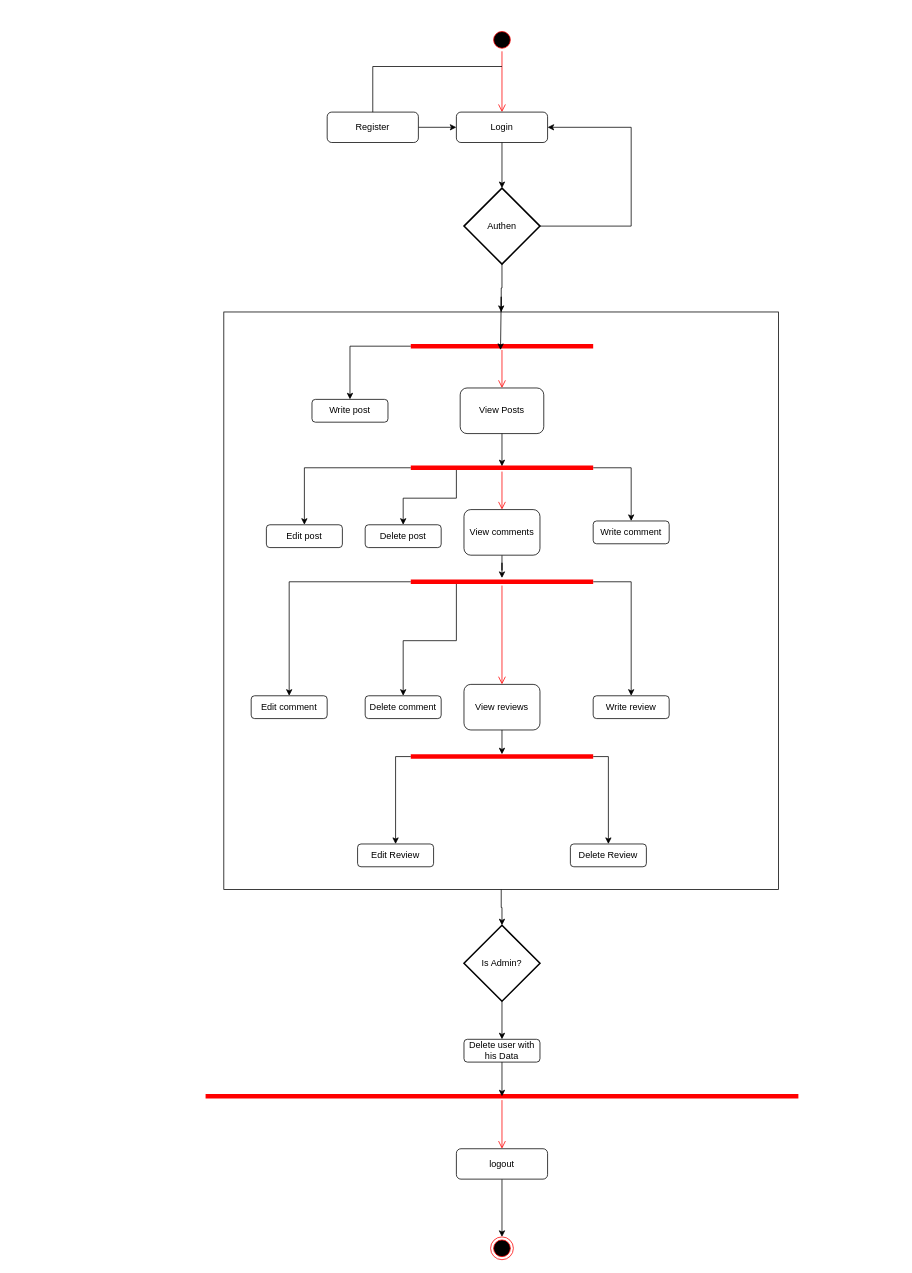
Before: Activity Diagram.drawio in HebaAli48/Node.jsSocialMediaProject, a draw.io diagram. Source tidied: cells renumbered, new cells numbered last; positions are measured from the earlier drawing's top-left corner, leaving out a move shared by most shapes. Both pictures are drawn from the tidied source at 76%, with x=0, y=0 at pixel (205, 28).
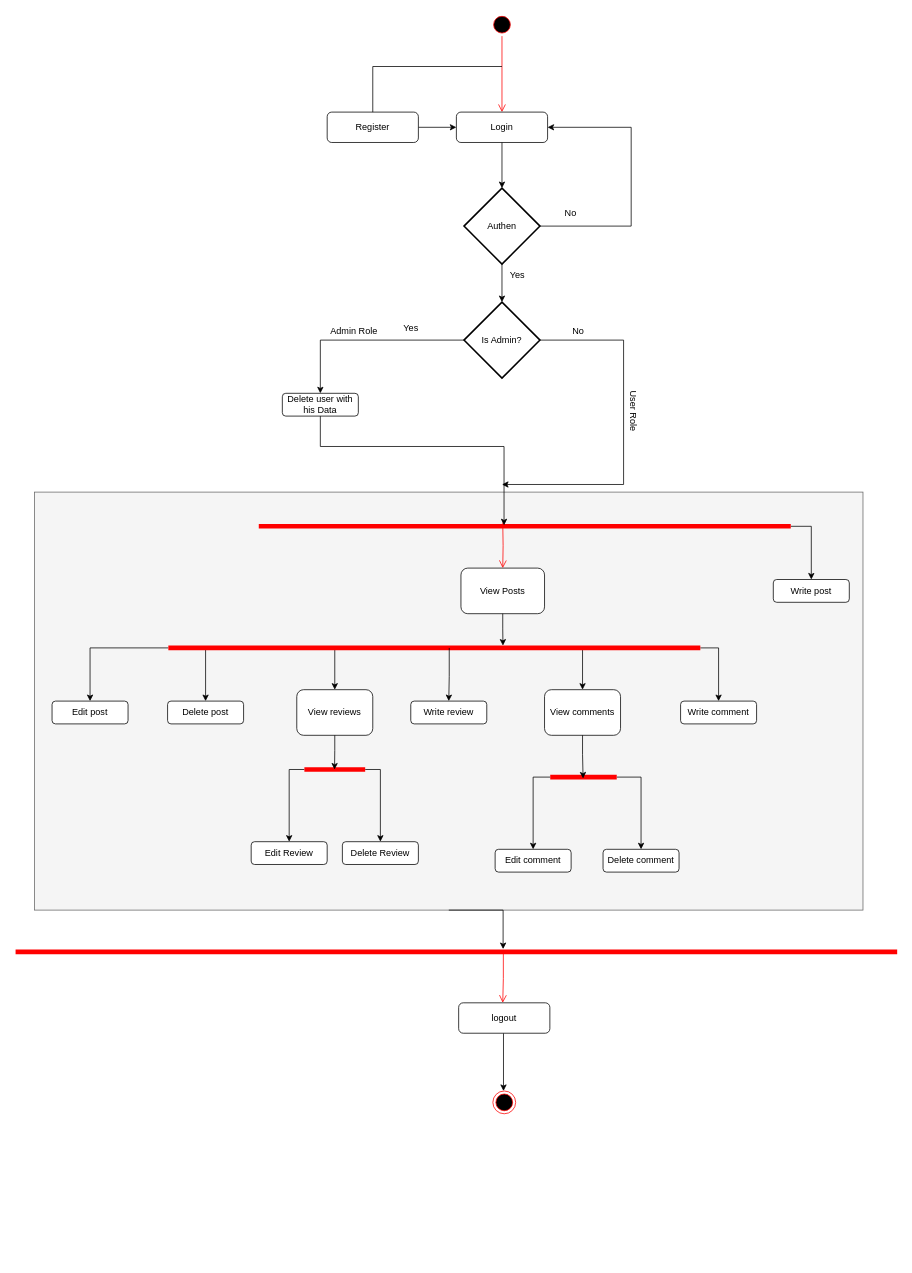
The same page after the edit.

Unchanged cells that the change refers to:
```xml
<mxCell id="11" value="Authen" style="strokeWidth=2;html=1;shape=mxgraph.flowchart.decision;whiteSpace=wrap;" parent="1" vertex="1">
  <mxGeometry x="340" y="210" width="100" height="100" as="geometry" />
</mxCell>
```

Diff of the diagram source:
```diff
@@
-    <mxCell id="2" style="edgeStyle=orthogonalEdgeStyle;rounded=0;jettySize=auto;html=1;exitX=0.5;exitY=1;exitDx=0;exitDy=0;" parent="1" edge="1" source="3" target="47">
-      <mxGeometry relative="1" as="geometry" />
-    </mxCell>
-    <mxCell id="3" style="rounded=0;whiteSpace=wrap;html=1;fillColor=none;" parent="1" vertex="1">
-      <mxGeometry x="24" y="373" width="730" height="760" as="geometry" />
-    </mxCell>
+    <mxCell id="55" style="rounded=0;whiteSpace=wrap;html=1;fillColor=#f5f5f5;fontColor=#333333;strokeColor=#666666;" parent="1" vertex="1">
+      <mxGeometry x="-225" y="610" width="1090" height="550" as="geometry" />
+    </mxCell>
     <mxCell id="4" style="ellipse;html=1;shape=startState;fillColor=#000000;strokeColor=#ff0000;" parent="1" vertex="1">
-      <mxGeometry x="375" width="30" height="30" as="geometry" />
+      <mxGeometry x="375" y="-20" width="30" height="30" as="geometry" />
     </mxCell>
@@
-    <mxCell id="10" style="edgeStyle=orthogonalEdgeStyle;rounded=0;jettySize=auto;html=1;exitX=0.5;exitY=1;exitDx=0;exitDy=0;exitPerimeter=0;entryX=0.5;entryY=0;entryDx=0;entryDy=0;" parent="1" edge="1" source="11" target="3">
-      <mxGeometry relative="1" as="geometry" />
-    </mxCell>
@@
-    <mxCell id="14" value="Write post" style="rounded=1;whiteSpace=wrap;html=1;" parent="1" vertex="1">
-      <mxGeometry x="140" y="488" width="100" height="30" as="geometry" />
-    </mxCell>
     <mxCell id="15" value="View Posts" style="rounded=1;whiteSpace=wrap;html=1;" parent="1" vertex="1">
-      <mxGeometry x="335" y="473" width="110" height="60" as="geometry" />
+      <mxGeometry x="336" y="710" width="110" height="60" as="geometry" />
     </mxCell>
-    <mxCell id="16" style="edgeStyle=orthogonalEdgeStyle;rounded=0;jettySize=auto;html=1;exitX=0.5;exitY=1;exitDx=0;exitDy=0;" parent="1" edge="1" source="17" target="39">
-      <mxGeometry relative="1" as="geometry" />
-    </mxCell>
     <mxCell id="17" value="View comments" style="rounded=1;whiteSpace=wrap;html=1;" parent="1" vertex="1">
-      <mxGeometry x="340" y="633" width="100" height="60" as="geometry" />
+      <mxGeometry x="446" y="870" width="100" height="60" as="geometry" />
     </mxCell>
     <mxCell id="18" value="Edit post" style="rounded=1;whiteSpace=wrap;html=1;" parent="1" vertex="1">
-      <mxGeometry x="80" y="653" width="100" height="30" as="geometry" />
+      <mxGeometry x="-202" y="885" width="100" height="30" as="geometry" />
     </mxCell>
     <mxCell id="19" value="Delete post" style="rounded=1;whiteSpace=wrap;html=1;" parent="1" vertex="1">
-      <mxGeometry x="210" y="653" width="100" height="30" as="geometry" />
+      <mxGeometry x="-50" y="885" width="100" height="30" as="geometry" />
     </mxCell>
     <mxCell id="20" value="Edit comment" style="rounded=1;whiteSpace=wrap;html=1;" parent="1" vertex="1">
-      <mxGeometry x="60" y="878" width="100" height="30" as="geometry" />
+      <mxGeometry x="381" y="1080" width="100" height="30" as="geometry" />
     </mxCell>
     <mxCell id="21" value="Delete comment" style="rounded=1;whiteSpace=wrap;html=1;" parent="1" vertex="1">
-      <mxGeometry x="210" y="878" width="100" height="30" as="geometry" />
+      <mxGeometry x="523" y="1080" width="100" height="30" as="geometry" />
     </mxCell>
-    <mxCell id="22" style="edgeStyle=orthogonalEdgeStyle;rounded=0;jettySize=auto;html=1;exitX=0;exitY=0.5;exitDx=0;exitDy=0;exitPerimeter=0;entryX=0.5;entryY=0;entryDx=0;entryDy=0;" parent="1" edge="1" source="23" target="14">
+    <mxCell id="22" style="edgeStyle=orthogonalEdgeStyle;rounded=0;jettySize=auto;html=1;exitX=1;exitY=0.5;exitDx=0;exitDy=0;exitPerimeter=0;entryX=0.5;entryY=0;entryDx=0;entryDy=0;" parent="1" edge="1" source="23" target="14">
       <mxGeometry relative="1" as="geometry" />
     </mxCell>
     <mxCell id="23" style="shape=line;html=1;strokeWidth=6;strokeColor=#ff0000;" parent="1" vertex="1">
-      <mxGeometry x="270" y="413" width="240" height="10" as="geometry" />
+      <mxGeometry x="70" y="650" width="700" height="10" as="geometry" />
     </mxCell>
-    <mxCell id="24" style="edgeStyle=orthogonalEdgeStyle;html=1;verticalAlign=bottom;endArrow=open;endSize=8;strokeColor=#ff0000;rounded=0;entryX=0.5;entryY=0;entryDx=0;entryDy=0;" parent="1" edge="1" source="23" target="15">
-      <mxGeometry relative="1" as="geometry" />
+    <mxCell id="24" style="edgeStyle=orthogonalEdgeStyle;html=1;verticalAlign=bottom;endArrow=open;endSize=8;strokeColor=#ff0000;rounded=0;entryX=0.5;entryY=0;entryDx=0;entryDy=0;" parent="1" edge="1" target="15">
+      <mxGeometry relative="1" as="geometry">
+        <mxPoint x="391" y="650" as="sourcePoint" />
+      </mxGeometry>
     </mxCell>
-    <mxCell id="25" value="View reviews" style="rounded=1;whiteSpace=wrap;html=1;" parent="1" vertex="1">
-      <mxGeometry x="340" y="863" width="100" height="60" as="geometry" />
-    </mxCell>
     <mxCell id="26" value="Write comment" style="rounded=1;whiteSpace=wrap;html=1;" parent="1" vertex="1">
-      <mxGeometry x="510" y="648" width="100" height="30" as="geometry" />
+      <mxGeometry x="625" y="885" width="100" height="30" as="geometry" />
     </mxCell>
     <mxCell id="27" value="Edit Review" style="rounded=1;whiteSpace=wrap;html=1;" parent="1" vertex="1">
-      <mxGeometry x="200" y="1073" width="100" height="30" as="geometry" />
+      <mxGeometry x="60" y="1070" width="100" height="30" as="geometry" />
     </mxCell>
     <mxCell id="28" value="Delete Review" style="rounded=1;whiteSpace=wrap;html=1;" parent="1" vertex="1">
-      <mxGeometry x="480" y="1073" width="100" height="30" as="geometry" />
+      <mxGeometry x="180" y="1070" width="100" height="30" as="geometry" />
     </mxCell>
     <mxCell id="29" value="Write review" style="rounded=1;whiteSpace=wrap;html=1;" parent="1" vertex="1">
-      <mxGeometry x="510" y="878" width="100" height="30" as="geometry" />
+      <mxGeometry x="270" y="885" width="100" height="30" as="geometry" />
     </mxCell>
     <mxCell id="30" style="edgeStyle=orthogonalEdgeStyle;rounded=0;jettySize=auto;html=1;exitX=0.25;exitY=0.5;exitDx=0;exitDy=0;exitPerimeter=0;entryX=0.5;entryY=0;entryDx=0;entryDy=0;" parent="1" edge="1" source="33" target="19">
-      <mxGeometry relative="1" as="geometry" />
+      <mxGeometry relative="1" as="geometry">
+        <Array as="points">
+          <mxPoint y="815" />
+        </Array>
+      </mxGeometry>
     </mxCell>
@@
+    <mxCell id="56" style="edgeStyle=orthogonalEdgeStyle;rounded=0;jettySize=auto;html=1;exitX=0.25;exitY=0.5;exitDx=0;exitDy=0;exitPerimeter=0;entryX=0.5;entryY=0;entryDx=0;entryDy=0;" parent="1" edge="1" source="33" target="25">
+      <mxGeometry relative="1" as="geometry">
+        <Array as="points">
+          <mxPoint x="170" y="815" />
+        </Array>
+      </mxGeometry>
+    </mxCell>
+    <mxCell id="34" style="edgeStyle=orthogonalEdgeStyle;rounded=0;jettySize=auto;html=1;exitX=0.75;exitY=0.5;exitDx=0;exitDy=0;exitPerimeter=0;entryX=0.5;entryY=0;entryDx=0;entryDy=0;" parent="1" edge="1" source="33" target="17">
+      <mxGeometry relative="1" as="geometry">
+        <Array as="points">
+          <mxPoint x="496" y="815" />
+        </Array>
+      </mxGeometry>
+    </mxCell>
     <mxCell id="33" style="shape=line;html=1;strokeWidth=6;strokeColor=#ff0000;" parent="1" vertex="1">
-      <mxGeometry x="270" y="573" width="240" height="10" as="geometry" />
+      <mxGeometry x="-49" y="810" width="700" height="10" as="geometry" />
     </mxCell>
-    <mxCell id="34" style="edgeStyle=orthogonalEdgeStyle;html=1;verticalAlign=bottom;endArrow=open;endSize=8;strokeColor=#ff0000;rounded=0;entryX=0.5;entryY=0;entryDx=0;entryDy=0;" parent="1" edge="1" source="33" target="17">
-      <mxGeometry relative="1" as="geometry" />
-    </mxCell>
-    <mxCell id="35" style="edgeStyle=orthogonalEdgeStyle;rounded=0;jettySize=auto;html=1;exitX=0.5;exitY=1;exitDx=0;exitDy=0;entryX=0.5;entryY=0.3;entryDx=0;entryDy=0;entryPerimeter=0;" parent="1" edge="1" source="15" target="33">
-      <mxGeometry relative="1" as="geometry" />
-    </mxCell>
+    <mxCell id="37" style="edgeStyle=orthogonalEdgeStyle;rounded=0;jettySize=auto;html=1;exitX=0;exitY=0.5;exitDx=0;exitDy=0;exitPerimeter=0;entryX=0.5;entryY=0;entryDx=0;entryDy=0;" parent="1" edge="1" source="39" target="20">
+      <mxGeometry relative="1" as="geometry" />
+    </mxCell>
-    <mxCell id="36" style="edgeStyle=orthogonalEdgeStyle;rounded=0;jettySize=auto;html=1;exitX=0.25;exitY=0.5;exitDx=0;exitDy=0;exitPerimeter=0;" parent="1" edge="1" source="39" target="21">
+    <mxCell id="36" style="edgeStyle=orthogonalEdgeStyle;rounded=0;jettySize=auto;html=1;exitX=1;exitY=0.5;exitDx=0;exitDy=0;exitPerimeter=0;entryX=0.5;entryY=0;entryDx=0;entryDy=0;" parent="1" edge="1" source="39" target="21">
       <mxGeometry relative="1" as="geometry" />
     </mxCell>
-    <mxCell id="37" style="edgeStyle=orthogonalEdgeStyle;rounded=0;jettySize=auto;html=1;exitX=0;exitY=0.5;exitDx=0;exitDy=0;exitPerimeter=0;entryX=0.5;entryY=0;entryDx=0;entryDy=0;" parent="1" edge="1" source="39" target="20">
-      <mxGeometry relative="1" as="geometry" />
-    </mxCell>
-    <mxCell id="38" style="edgeStyle=orthogonalEdgeStyle;rounded=0;jettySize=auto;html=1;exitX=1;exitY=0.5;exitDx=0;exitDy=0;exitPerimeter=0;entryX=0.5;entryY=0;entryDx=0;entryDy=0;" parent="1" edge="1" source="39" target="29">
-      <mxGeometry relative="1" as="geometry" />
-    </mxCell>
     <mxCell id="39" style="shape=line;html=1;strokeWidth=6;strokeColor=#ff0000;" parent="1" vertex="1">
-      <mxGeometry x="270" y="723" width="240" height="10" as="geometry" />
+      <mxGeometry x="453.5" y="980" width="87.5" height="10" as="geometry" />
     </mxCell>
-    <mxCell id="40" style="edgeStyle=orthogonalEdgeStyle;html=1;verticalAlign=bottom;endArrow=open;endSize=8;strokeColor=#ff0000;rounded=0;entryX=0.5;entryY=0;entryDx=0;entryDy=0;" parent="1" edge="1" source="39" target="25">
-      <mxGeometry relative="1" as="geometry" />
-    </mxCell>
@@
     <mxCell id="43" style="shape=line;html=1;strokeWidth=6;strokeColor=#ff0000;" parent="1" vertex="1">
-      <mxGeometry x="270" y="953" width="240" height="10" as="geometry" />
+      <mxGeometry x="130" y="970" width="80" height="10" as="geometry" />
     </mxCell>
-    <mxCell id="44" style="edgeStyle=orthogonalEdgeStyle;rounded=0;jettySize=auto;html=1;exitX=0.5;exitY=1;exitDx=0;exitDy=0;entryX=0.5;entryY=0.2;entryDx=0;entryDy=0;entryPerimeter=0;" parent="1" edge="1" source="25" target="43">
-      <mxGeometry relative="1" as="geometry" />
-    </mxCell>
-    <mxCell id="45" style="edgeStyle=orthogonalEdgeStyle;rounded=0;jettySize=auto;html=1;exitX=0.5;exitY=0;exitDx=0;exitDy=0;entryX=0.492;entryY=1;entryDx=0;entryDy=0;entryPerimeter=0;" parent="1" edge="1" source="3" target="23">
-      <mxGeometry relative="1" as="geometry" />
-    </mxCell>
+    <mxCell id="52" style="edgeStyle=orthogonalEdgeStyle;rounded=0;orthogonalLoop=1;jettySize=auto;html=1;exitX=0.5;exitY=1;exitDx=0;exitDy=0;entryX=0.5;entryY=0;entryDx=0;entryDy=0;" parent="1" edge="1">
+      <mxGeometry relative="1" as="geometry">
+        <mxPoint x="392" y="1322" as="sourcePoint" />
+        <mxPoint x="392" y="1398" as="targetPoint" />
+      </mxGeometry>
+    </mxCell>
+    <mxCell id="53" value="logout" style="rounded=1;whiteSpace=wrap;html=1;" parent="1" vertex="1">
+      <mxGeometry x="333" y="1282" width="120" height="40" as="geometry" />
+    </mxCell>
+    <mxCell id="54" style="ellipse;html=1;shape=endState;fillColor=#000000;strokeColor=#ff0000;" parent="1" vertex="1">
+      <mxGeometry x="378" y="1398" width="30" height="30" as="geometry" />
+    </mxCell>
-    <mxCell id="46" style="edgeStyle=orthogonalEdgeStyle;rounded=0;jettySize=auto;html=1;exitX=0.5;exitY=1;exitDx=0;exitDy=0;exitPerimeter=0;entryX=0.5;entryY=0;entryDx=0;entryDy=0;" parent="1" edge="1" source="47" target="48">
+    <mxCell id="46" style="edgeStyle=orthogonalEdgeStyle;rounded=0;jettySize=auto;html=1;exitX=0;exitY=0.5;exitDx=0;exitDy=0;exitPerimeter=0;entryX=0.5;entryY=0;entryDx=0;entryDy=0;" parent="1" edge="1" source="47" target="48">
       <mxGeometry relative="1" as="geometry" />
     </mxCell>
     <mxCell id="47" value="Is Admin?" style="strokeWidth=2;html=1;shape=mxgraph.flowchart.decision;whiteSpace=wrap;" parent="1" vertex="1">
-      <mxGeometry x="340" y="1180" width="100" height="100" as="geometry" />
+      <mxGeometry x="340" y="360" width="100" height="100" as="geometry" />
     </mxCell>
     <mxCell id="48" value="Delete user with his Data" style="rounded=1;whiteSpace=wrap;html=1;" parent="1" vertex="1">
-      <mxGeometry x="340" y="1330" width="100" height="30" as="geometry" />
+      <mxGeometry x="101" y="480" width="100" height="30" as="geometry" />
     </mxCell>
-    <mxCell id="49" style="shape=line;html=1;strokeWidth=6;strokeColor=#ff0000;" parent="1" vertex="1">
-      <mxGeometry y="1400" width="780" height="10" as="geometry" />
-    </mxCell>
-    <mxCell id="50" style="edgeStyle=orthogonalEdgeStyle;html=1;verticalAlign=bottom;endArrow=open;endSize=8;strokeColor=#ff0000;rounded=0;" parent="1" edge="1" source="49" target="53">
-      <mxGeometry relative="1" as="geometry" />
-    </mxCell>
-    <mxCell id="51" style="edgeStyle=orthogonalEdgeStyle;rounded=0;jettySize=auto;html=1;exitX=0.5;exitY=1;exitDx=0;exitDy=0;entryX=0.5;entryY=0.506;entryDx=0;entryDy=0;entryPerimeter=0;" parent="1" edge="1" source="48" target="49">
-      <mxGeometry relative="1" as="geometry" />
-    </mxCell>
-    <mxCell id="52" style="edgeStyle=orthogonalEdgeStyle;rounded=0;jettySize=auto;html=1;exitX=0.5;exitY=1;exitDx=0;exitDy=0;entryX=0.5;entryY=0;entryDx=0;entryDy=0;" parent="1" edge="1" source="53" target="54">
-      <mxGeometry relative="1" as="geometry" />
-    </mxCell>
-    <mxCell id="53" value="logout" style="rounded=1;whiteSpace=wrap;html=1;" parent="1" vertex="1">
-      <mxGeometry x="330" y="1474" width="120" height="40" as="geometry" />
-    </mxCell>
-    <mxCell id="54" style="ellipse;html=1;shape=endState;fillColor=#000000;strokeColor=#ff0000;" parent="1" vertex="1">
-      <mxGeometry x="375" y="1590" width="30" height="30" as="geometry" />
-    </mxCell>
+    <mxCell id="57" style="endArrow=classic;html=1;rounded=0;exitX=1;exitY=0.5;exitDx=0;exitDy=0;exitPerimeter=0;" parent="1" edge="1" source="47">
+      <mxGeometry relative="1" as="geometry">
+        <mxPoint x="390" y="600" as="targetPoint" />
+        <Array as="points">
+          <mxPoint x="550" y="410" />
+          <mxPoint x="550" y="600" />
+        </Array>
+      </mxGeometry>
+    </mxCell>
+    <mxCell id="58" style="edgeStyle=orthogonalEdgeStyle;rounded=0;jettySize=auto;html=1;exitX=0.5;exitY=1;exitDx=0;exitDy=0;exitPerimeter=0;entryX=0.5;entryY=0;entryDx=0;entryDy=0;entryPerimeter=0;" parent="1" edge="1" source="11" target="47">
+      <mxGeometry relative="1" as="geometry" />
+    </mxCell>
+    <mxCell id="59" value="Yes" style="text;html=1;align=center;verticalAlign=middle;strokeColor=none;fillColor=none;" parent="1" vertex="1">
+      <mxGeometry x="250" y="380" width="40" height="30" as="geometry" />
+    </mxCell>
+    <mxCell id="60" value="No" style="text;html=1;align=center;verticalAlign=middle;strokeColor=none;fillColor=none;" parent="1" vertex="1">
+      <mxGeometry x="470" y="384" width="40" height="30" as="geometry" />
+    </mxCell>
+    <mxCell id="61" value="No" style="text;html=1;align=center;verticalAlign=middle;strokeColor=none;fillColor=none;" parent="1" vertex="1">
+      <mxGeometry x="460" y="228" width="40" height="30" as="geometry" />
+    </mxCell>
+    <mxCell id="62" value="Yes" style="text;html=1;align=center;verticalAlign=middle;strokeColor=none;fillColor=none;" parent="1" vertex="1">
+      <mxGeometry x="390" y="310" width="40" height="30" as="geometry" />
+    </mxCell>
+    <mxCell id="63" style="shape=line;html=1;strokeWidth=6;strokeColor=#ff0000;" parent="1" vertex="1">
+      <mxGeometry x="-250" y="1210" width="1160" height="10" as="geometry" />
+    </mxCell>
+    <mxCell id="64" style="edgeStyle=orthogonalEdgeStyle;html=1;verticalAlign=bottom;endArrow=open;endSize=8;strokeColor=#ff0000;rounded=0;entryX=0.5;entryY=0;entryDx=0;entryDy=0;exitX=0.555;exitY=0.6;exitDx=0;exitDy=0;exitPerimeter=0;" parent="1" edge="1">
+      <mxGeometry relative="1" as="geometry">
+        <mxPoint x="391.8" y="1216" as="sourcePoint" />
+        <mxPoint x="391" y="1282" as="targetPoint" />
+        <Array as="points">
+          <mxPoint x="392" y="1250" />
+        </Array>
+      </mxGeometry>
+    </mxCell>
+    <mxCell id="14" value="Write post" style="rounded=1;whiteSpace=wrap;html=1;" parent="1" vertex="1">
+      <mxGeometry x="747" y="725" width="100" height="30" as="geometry" />
+    </mxCell>
+    <mxCell id="35" style="edgeStyle=orthogonalEdgeStyle;rounded=0;jettySize=auto;html=1;exitX=0.5;exitY=1;exitDx=0;exitDy=0;entryX=0.629;entryY=0.2;entryDx=0;entryDy=0;entryPerimeter=0;" parent="1" edge="1" source="15" target="33">
+      <mxGeometry relative="1" as="geometry" />
+    </mxCell>
+    <mxCell id="25" value="View reviews" style="rounded=1;whiteSpace=wrap;html=1;" parent="1" vertex="1">
+      <mxGeometry x="120" y="870" width="100" height="60" as="geometry" />
+    </mxCell>
+    <mxCell id="65" style="edgeStyle=orthogonalEdgeStyle;rounded=0;jettySize=auto;html=1;exitX=0.528;exitY=0.506;exitDx=0;exitDy=0;entryX=0.5;entryY=0;entryDx=0;entryDy=0;exitPerimeter=0;" parent="1" edge="1" source="33" target="29">
+      <mxGeometry relative="1" as="geometry" />
+    </mxCell>
+    <mxCell id="44" style="edgeStyle=orthogonalEdgeStyle;rounded=0;jettySize=auto;html=1;exitX=0.5;exitY=1;exitDx=0;exitDy=0;entryX=0.496;entryY=0.506;entryDx=0;entryDy=0;entryPerimeter=0;" parent="1" edge="1" source="25" target="43">
+      <mxGeometry relative="1" as="geometry" />
+    </mxCell>
+    <mxCell id="16" style="edgeStyle=orthogonalEdgeStyle;rounded=0;jettySize=auto;html=1;exitX=0.5;exitY=1;exitDx=0;exitDy=0;entryX=0.494;entryY=0.682;entryDx=0;entryDy=0;entryPerimeter=0;" parent="1" edge="1" source="17" target="39">
+      <mxGeometry relative="1" as="geometry" />
+    </mxCell>
+    <mxCell id="66" style="edgeStyle=orthogonalEdgeStyle;rounded=0;jettySize=auto;html=1;exitX=0.5;exitY=1;exitDx=0;exitDy=0;entryX=0.553;entryY=0.129;entryDx=0;entryDy=0;entryPerimeter=0;" parent="1" edge="1" source="55" target="63">
+      <mxGeometry relative="1" as="geometry">
+        <Array as="points">
+          <mxPoint x="391" y="1160" />
+        </Array>
+      </mxGeometry>
+    </mxCell>
+    <mxCell id="67" value="User Role" style="text;html=1;align=center;verticalAlign=middle;strokeColor=none;fillColor=none;rotation=90;" parent="1" vertex="1">
+      <mxGeometry x="523" y="488" width="80" height="30" as="geometry" />
+    </mxCell>
+    <mxCell id="68" value="Admin Role" style="text;html=1;align=center;verticalAlign=middle;strokeColor=none;fillColor=none;" parent="1" vertex="1">
+      <mxGeometry x="150" y="384" width="90" height="30" as="geometry" />
+    </mxCell>
+    <mxCell id="69" style="edgeStyle=orthogonalEdgeStyle;rounded=0;jettySize=auto;html=1;exitX=0.5;exitY=1;exitDx=0;exitDy=0;entryX=0.461;entryY=0.367;entryDx=0;entryDy=0;entryPerimeter=0;" parent="1" edge="1" source="48" target="23">
+      <mxGeometry relative="1" as="geometry">
+        <Array as="points">
+          <mxPoint x="151" y="550" />
+          <mxPoint x="393" y="550" />
+        </Array>
+      </mxGeometry>
+    </mxCell>
```
